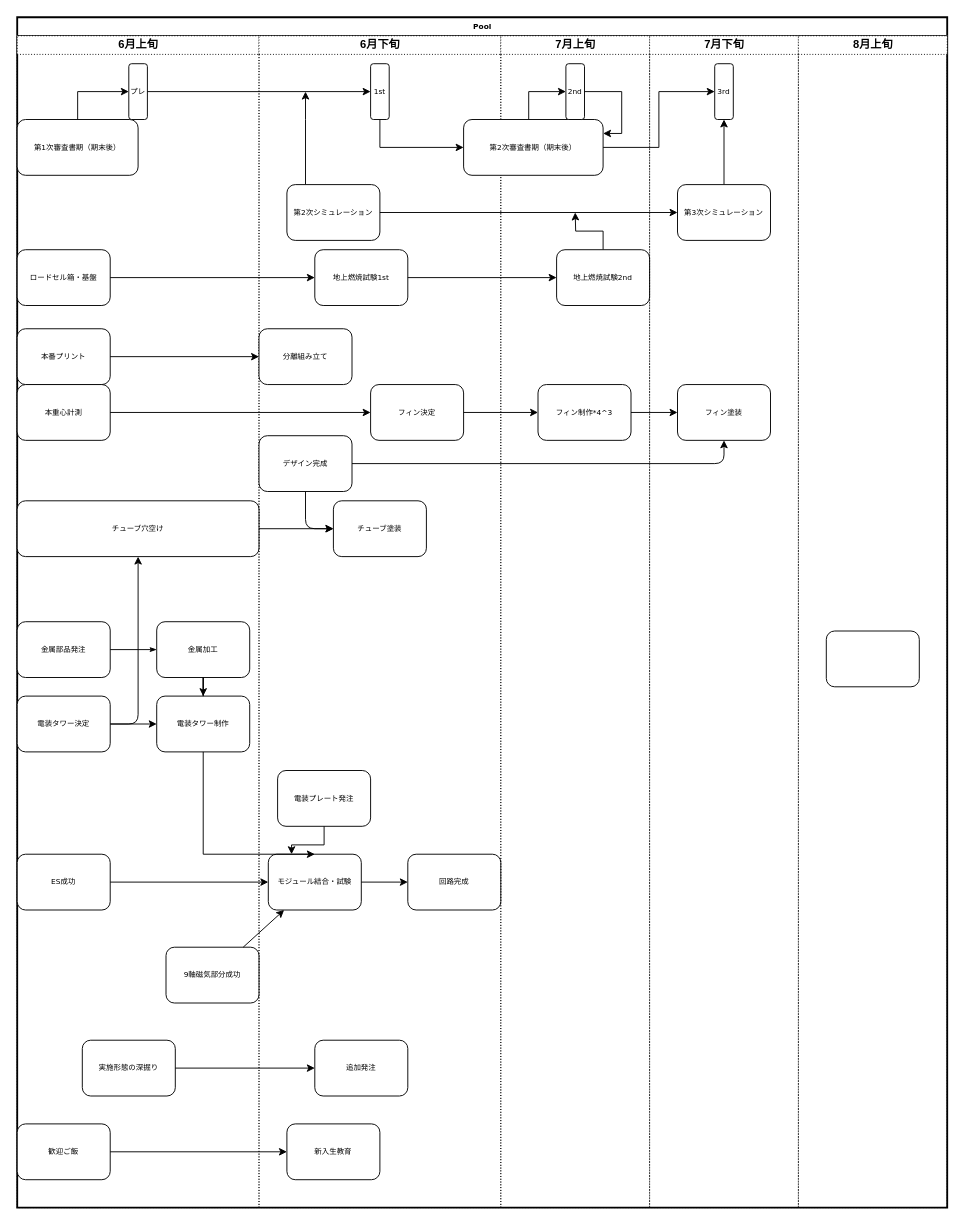
This is page "制作フローのコピーのコピー" (3 of 4) of 審査書フロー.drawio from STEP-Frontier/kitai_flow, a draw.io file, before an edit. Source tidied: cells renumbered, new cells numbered last; positions are measured from the earlier drawing's top-left corner, leaving out a move shared by most shapes. Both pictures are drawn from the tidied source at 93%, with x=0, y=0 at pixel (17, 17).
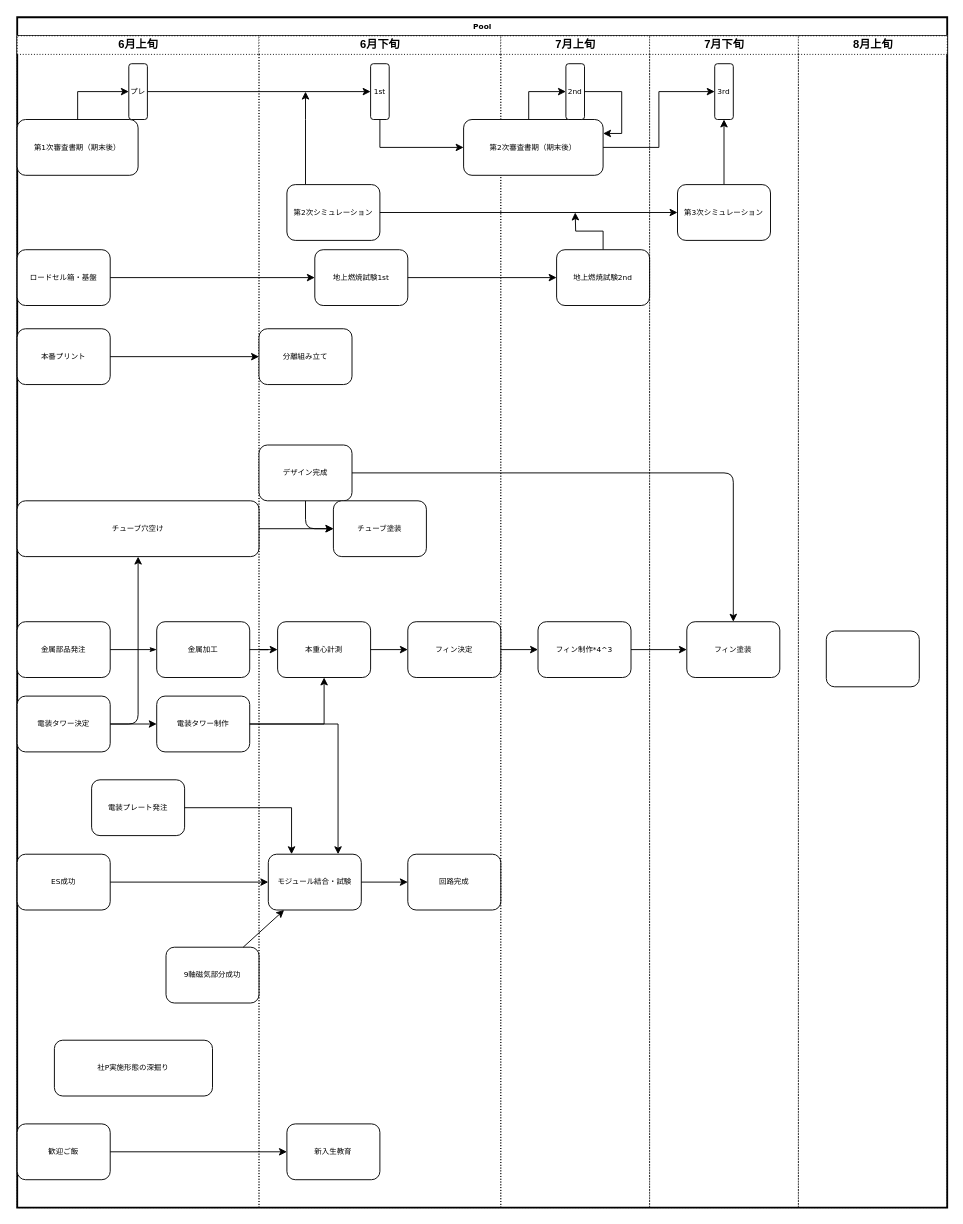
After the change.

The change refers to these unchanged cells:
```xml
<mxCell id="2" value="Pool" style="swimlane;html=1;startSize=20;rounded=0;shadow=0;labelBackgroundColor=none;strokeWidth=2;fontFamily=Verdana;fontSize=8;align=center;" parent="1" vertex="1">
  <mxGeometry width="1000" height="1280" as="geometry" />
</mxCell>
<mxCell id="3" value="6月上旬" style="swimlane;html=1;startSize=20;dashed=1;dashPattern=1 2;" parent="2" vertex="1">
  <mxGeometry y="20" width="260" height="1260" as="geometry" />
</mxCell>
<mxCell id="7" value="金属加工" style="rounded=1;whiteSpace=wrap;html=1;shadow=0;labelBackgroundColor=none;strokeWidth=1;fontFamily=Verdana;fontSize=8;align=center;" parent="3" vertex="1">
  <mxGeometry x="150" y="630" width="100" height="60" as="geometry" />
</mxCell>
<mxCell id="8" value="電装タワー制作" style="rounded=1;whiteSpace=wrap;html=1;shadow=0;labelBackgroundColor=none;strokeWidth=1;fontFamily=Verdana;fontSize=8;align=center;" parent="3" vertex="1">
  <mxGeometry x="150" y="710" width="100" height="60" as="geometry" />
</mxCell>
<mxCell id="23" value="6月下旬" style="swimlane;html=1;startSize=20;dashed=1;dashPattern=1 2;" parent="2" vertex="1">
  <mxGeometry x="260" y="20" width="260" height="1260" as="geometry" />
</mxCell>
<mxCell id="36" value="モジュール結合・試験" style="rounded=1;whiteSpace=wrap;html=1;shadow=0;labelBackgroundColor=none;strokeWidth=1;fontFamily=Verdana;fontSize=8;align=center;" parent="23" vertex="1">
  <mxGeometry x="10" y="880" width="100" height="60" as="geometry" />
</mxCell>
<mxCell id="40" value="7月上旬" style="swimlane;html=1;startSize=20;dashed=1;dashPattern=1 2;" parent="2" vertex="1">
  <mxGeometry x="520" y="20" width="160" height="1260" as="geometry" />
</mxCell>
<mxCell id="48" value="7月下旬" style="swimlane;html=1;startSize=20;dashed=1;dashPattern=1 2;" parent="2" vertex="1">
  <mxGeometry x="680" y="20" width="160" height="1260" as="geometry" />
</mxCell>
```

Diff of the diagram source:
```diff
@@
-    <mxCell id="9" style="edgeStyle=orthogonalEdgeStyle;rounded=0;jettySize=auto;html=1;" parent="3" edge="1" source="7" target="8">
-      <mxGeometry relative="1" as="geometry" />
-    </mxCell>
@@
-    <mxCell id="16" value="本重心計測" style="rounded=1;whiteSpace=wrap;html=1;shadow=0;labelBackgroundColor=none;strokeWidth=1;fontFamily=Verdana;fontSize=8;align=center;" parent="3" vertex="1">
-      <mxGeometry y="375" width="100" height="60" as="geometry" />
-    </mxCell>
@@
-    <mxCell id="22" value="実施形態の深掘り" style="rounded=1;whiteSpace=wrap;html=1;shadow=0;labelBackgroundColor=none;strokeWidth=1;fontFamily=Verdana;fontSize=8;align=center;" parent="3" vertex="1">
-      <mxGeometry x="70" y="1080" width="100" height="60" as="geometry" />
+    <mxCell id="22" value="社P実施形態の深掘り" style="rounded=1;whiteSpace=wrap;html=1;shadow=0;labelBackgroundColor=none;strokeWidth=1;fontFamily=Verdana;fontSize=8;align=center;" parent="3" vertex="1">
+      <mxGeometry x="40" y="1080" width="170" height="60" as="geometry" />
     </mxCell>
+    <mxCell id="35" value="電装プレート発注" style="rounded=1;whiteSpace=wrap;html=1;shadow=0;labelBackgroundColor=none;strokeWidth=1;fontFamily=Verdana;fontSize=8;align=center;" parent="3" vertex="1">
+      <mxGeometry x="80" y="800" width="100" height="60" as="geometry" />
+    </mxCell>
@@
     <mxCell id="28" value="フィン決定" style="rounded=1;whiteSpace=wrap;html=1;shadow=0;labelBackgroundColor=none;strokeWidth=1;fontFamily=Verdana;fontSize=8;align=center;" parent="23" vertex="1">
-      <mxGeometry x="120" y="375" width="100" height="60" as="geometry" />
+      <mxGeometry x="160" y="630" width="100" height="60" as="geometry" />
     </mxCell>
@@
     <mxCell id="32" value="デザイン完成" style="rounded=1;whiteSpace=wrap;html=1;shadow=0;labelBackgroundColor=none;strokeWidth=1;fontFamily=Verdana;fontSize=8;align=center;" parent="23" vertex="1">
-      <mxGeometry y="430" width="100" height="60" as="geometry" />
+      <mxGeometry y="440" width="100" height="60" as="geometry" />
     </mxCell>
-    <mxCell id="33" value="追加発注" style="rounded=1;whiteSpace=wrap;html=1;shadow=0;labelBackgroundColor=none;strokeWidth=1;fontFamily=Verdana;fontSize=8;align=center;" parent="23" vertex="1">
-      <mxGeometry x="60" y="1080" width="100" height="60" as="geometry" />
-    </mxCell>
@@
-    <mxCell id="35" value="電装プレート発注" style="rounded=1;whiteSpace=wrap;html=1;shadow=0;labelBackgroundColor=none;strokeWidth=1;fontFamily=Verdana;fontSize=8;align=center;" parent="23" vertex="1">
-      <mxGeometry x="20" y="790" width="100" height="60" as="geometry" />
-    </mxCell>
@@
-    <mxCell id="38" style="edgeStyle=orthogonalEdgeStyle;rounded=0;jettySize=auto;html=1;entryX=0.25;entryY=0;entryDx=0;entryDy=0;" parent="23" edge="1" source="35" target="36">
-      <mxGeometry relative="1" as="geometry" />
-    </mxCell>
@@
+    <mxCell id="16" value="本重心計測" style="rounded=1;whiteSpace=wrap;html=1;shadow=0;labelBackgroundColor=none;strokeWidth=1;fontFamily=Verdana;fontSize=8;align=center;" parent="23" vertex="1">
+      <mxGeometry x="20" y="630" width="100" height="60" as="geometry" />
+    </mxCell>
+    <mxCell id="67" style="edgeStyle=orthogonalEdgeStyle;html=1;entryX=0;entryY=0.5;entryDx=0;entryDy=0;" parent="23" edge="1" source="16" target="28">
+      <mxGeometry relative="1" as="geometry" />
+    </mxCell>
@@
     <mxCell id="47" value="フィン制作*4^3" style="rounded=1;whiteSpace=wrap;html=1;shadow=0;labelBackgroundColor=none;strokeWidth=1;fontFamily=Verdana;fontSize=8;align=center;" parent="40" vertex="1">
-      <mxGeometry x="40" y="375" width="100" height="60" as="geometry" />
+      <mxGeometry x="40" y="630" width="100" height="60" as="geometry" />
     </mxCell>
@@
     <mxCell id="52" value="フィン塗装" style="rounded=1;whiteSpace=wrap;html=1;shadow=0;labelBackgroundColor=none;strokeWidth=1;fontFamily=Verdana;fontSize=8;align=center;" parent="48" vertex="1">
-      <mxGeometry x="30" y="375" width="100" height="60" as="geometry" />
+      <mxGeometry x="40" y="630" width="100" height="60" as="geometry" />
     </mxCell>
@@
-    <mxCell id="62" style="edgeStyle=orthogonalEdgeStyle;rounded=0;jettySize=auto;html=1;entryX=0;entryY=0.5;entryDx=0;entryDy=0;" parent="2" edge="1" source="22" target="33">
-      <mxGeometry relative="1" as="geometry" />
-    </mxCell>
@@
-    <mxCell id="66" style="edgeStyle=orthogonalEdgeStyle;html=1;entryX=0.5;entryY=1;entryDx=0;entryDy=0;" parent="2" edge="1" source="32" target="52">
-      <mxGeometry relative="1" as="geometry" />
+    <mxCell id="66" style="edgeStyle=orthogonalEdgeStyle;html=1;entryX=0.5;entryY=0;entryDx=0;entryDy=0;" parent="2" edge="1" source="32" target="52">
+      <mxGeometry relative="1" as="geometry">
+        <Array as="points">
+          <mxPoint x="770" y="490" />
+        </Array>
+      </mxGeometry>
     </mxCell>
-    <mxCell id="67" style="edgeStyle=orthogonalEdgeStyle;html=1;entryX=0;entryY=0.5;entryDx=0;entryDy=0;" parent="2" edge="1" source="16" target="28">
-      <mxGeometry relative="1" as="geometry" />
-    </mxCell>
@@
-    <mxCell id="69" style="edgeStyle=orthogonalEdgeStyle;rounded=0;jettySize=auto;html=1;entryX=0.5;entryY=0;entryDx=0;entryDy=0;" parent="2" edge="1" source="8" target="36">
-      <mxGeometry relative="1" as="geometry">
-        <Array as="points">
-          <mxPoint x="200" y="900" />
-        </Array>
-      </mxGeometry>
-    </mxCell>
@@
+    <mxCell id="38" style="edgeStyle=orthogonalEdgeStyle;rounded=0;jettySize=auto;html=1;entryX=0.25;entryY=0;entryDx=0;entryDy=0;" parent="2" edge="1" source="35" target="36">
+      <mxGeometry relative="1" as="geometry" />
+    </mxCell>
+    <mxCell id="73" style="edgeStyle=orthogonalEdgeStyle;rounded=0;jettySize=auto;html=1;entryX=0;entryY=0.5;entryDx=0;entryDy=0;" parent="2" edge="1" source="7" target="16">
+      <mxGeometry relative="1" as="geometry" />
+    </mxCell>
+    <mxCell id="74" style="edgeStyle=orthogonalEdgeStyle;rounded=0;jettySize=auto;html=1;entryX=0.5;entryY=1;entryDx=0;entryDy=0;" parent="2" edge="1" source="8" target="16">
+      <mxGeometry relative="1" as="geometry" />
+    </mxCell>
+    <mxCell id="69" style="edgeStyle=orthogonalEdgeStyle;rounded=0;jettySize=auto;html=1;entryX=0.75;entryY=0;entryDx=0;entryDy=0;" parent="2" edge="1" source="8" target="36">
+      <mxGeometry relative="1" as="geometry" />
+    </mxCell>
```
